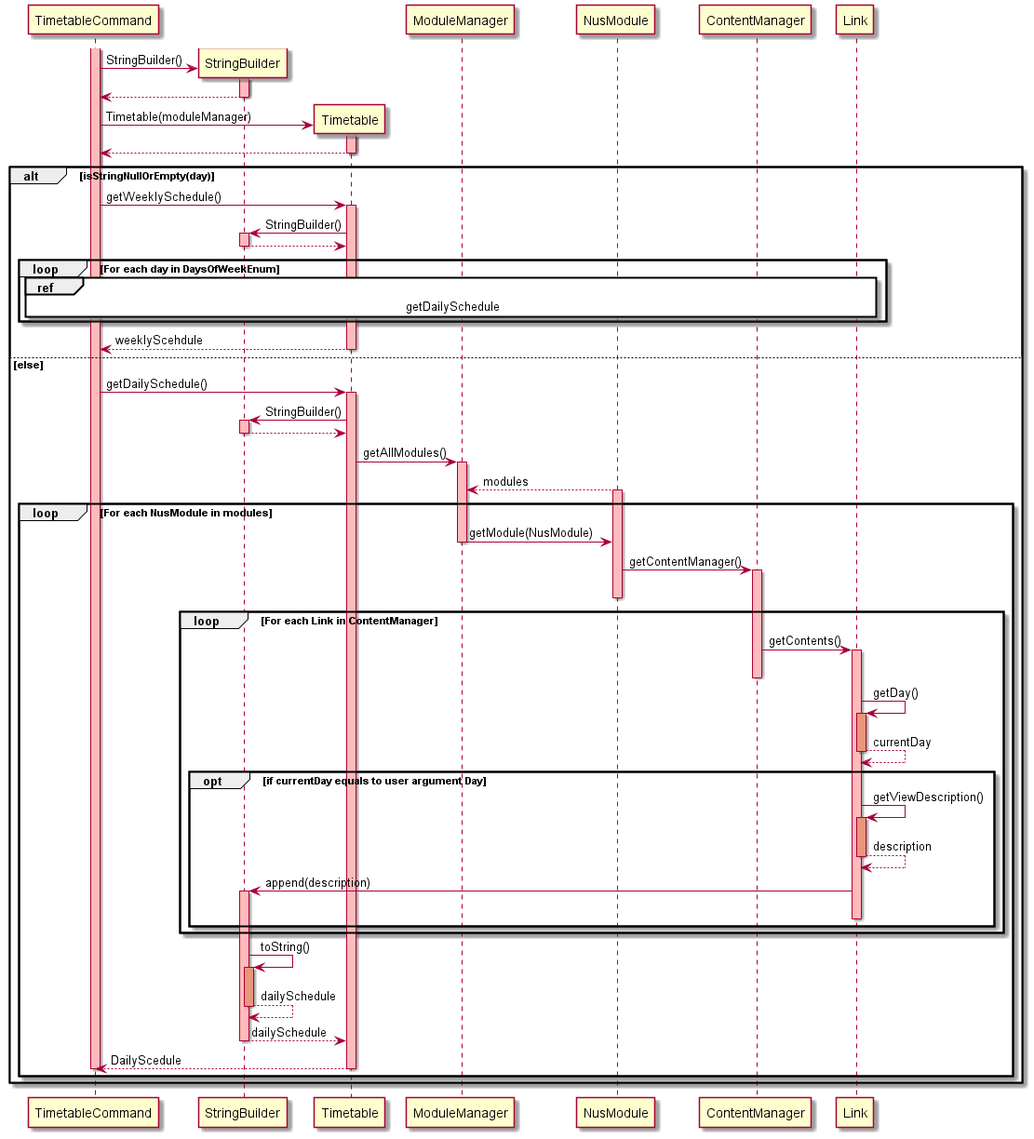
This is docs/attachments/TimetableSequenceDiagram.png from nus-cs2113-AY2122S1/tp, a PlantUML export, as it was before one commit. The source it was exported from:
```plantuml
@startuml
Activate TimetableCommand #FFBBBB
create StringBuilder
TimetableCommand -> StringBuilder: StringBuilder()
Activate StringBuilder #FFBBBB
StringBuilder --> TimetableCommand
Deactivate StringBuilder

create Timetable
TimetableCommand -> Timetable: Timetable(moduleManager)
Activate Timetable #FFBBBB
Timetable --> TimetableCommand
Deactivate Timetable


alt isStringNullOrEmpty(day)
TimetableCommand -> Timetable: getWeeklySchedule()
Activate Timetable #FFBBBB

Timetable -> StringBuilder: StringBuilder()
Activate StringBuilder #FFBBBB
StringBuilder --> Timetable
Deactivate StringBuilder

loop For each day in DaysOfWeekEnum
ref over TimetableCommand, StringBuilder, Timetable, ModuleManager, NusModule, ContentManager, Link: getDailySchedule
end
Timetable --> TimetableCommand: weeklyScehdule
Deactivate Timetable


else else
TimetableCommand -> Timetable: getDailySchedule()
Activate Timetable #FFBBBB

Timetable -> StringBuilder: StringBuilder()
Activate StringBuilder #FFBBBB
StringBuilder --> Timetable
Deactivate StringBuilder

Timetable -> ModuleManager: getAllModules()
Activate ModuleManager #FFBBBB
NusModule --> ModuleManager: modules
Activate NusModule #FFBBBB

loop For each NusModule in modules
    ModuleManager -> NusModule: getModule(NusModule)


    Deactivate ModuleManager

    NusModule -> ContentManager : getContentManager()

    Activate ContentManager #FFBBBB
    Deactivate NusModule

        loop For each Link in ContentManager

            ContentManager -> Link: getContents()
            Activate Link #FFBBBB
            Deactivate ContentManager

            Link->Link: getDay()
            Activate Link #DarkSalmon
            Link --> Link: currentDay

            opt if currentDay equals to user argument Day
            Deactivate Link

            Link -> Link: getViewDescription()
            Activate Link #DarkSalmon

            Link --> Link: description
            Deactivate Link
            Link -> StringBuilder: append(description)
            Activate StringBuilder #FFBBBB
            Deactivate Link
        end

end
StringBuilder -> StringBuilder: toString()
Activate StringBuilder #DarkSalmon
StringBuilder --> StringBuilder: dailySchedule
Deactivate StringBuilder
StringBuilder --> Timetable: dailySchedule
Deactivate StringBuilder
Timetable --> TimetableCommand: DailyScedule
Deactivate Timetable
Deactivate TimetableCommand
end





end

@enduml
```
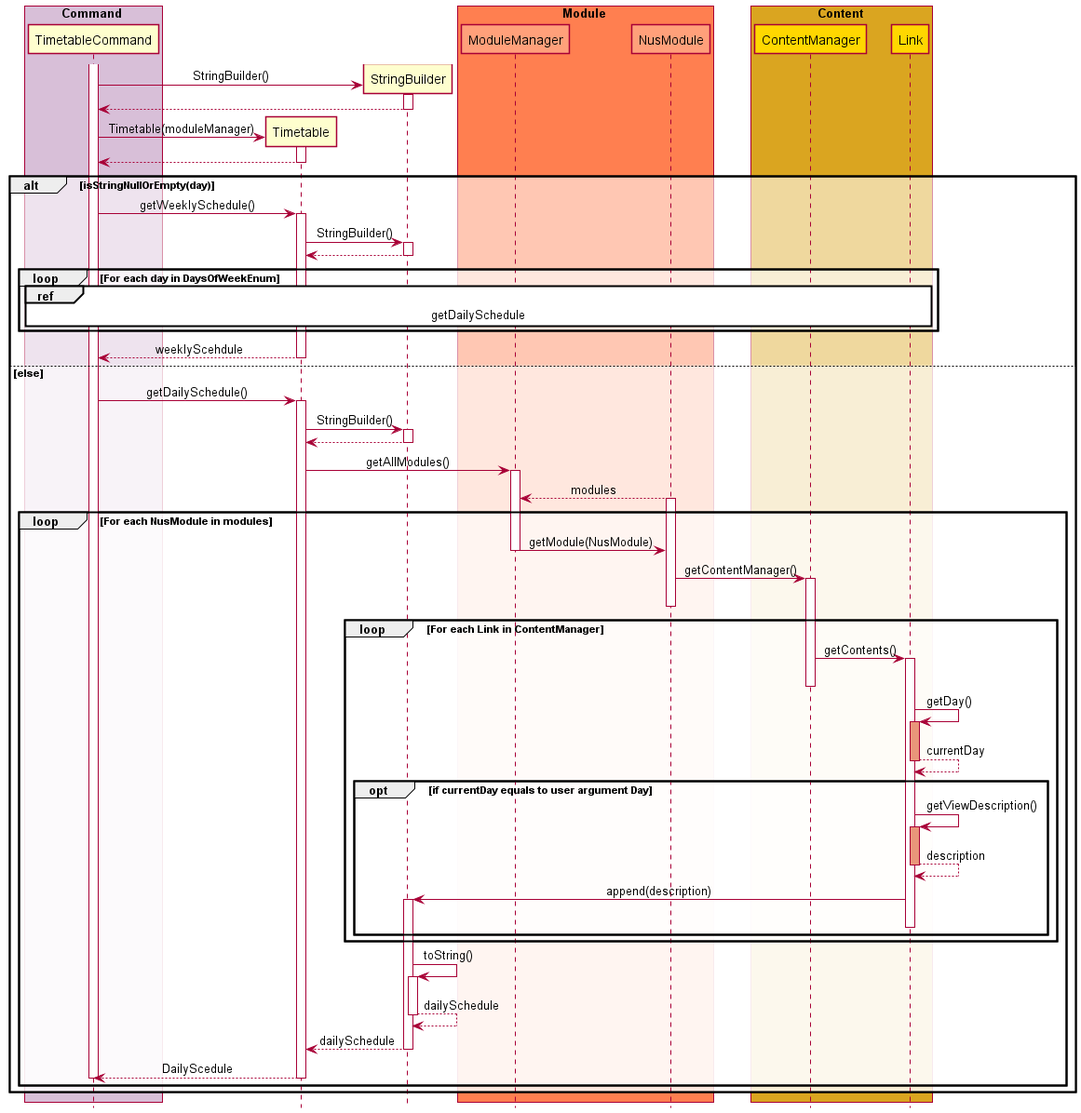
After the change.

Commit message:
Update timetable diagram with colors

Change to the diagram source:
```diff
@@ -1,24 +1,45 @@
 @startuml
-Activate TimetableCommand #FFBBBB
+
+!include SequenceStyle.puml
+
+box Command COMMAND_BOX_COLOR
+participant TimetableCommand as TimetableCommand
+endbox
+
+participant Timetable as Timetable
+
+participant StringBuilder as StringBuilder
+
+box Module MODULE_BOX_COLOR
+participant ModuleManager as ModuleManager MODULE_COLOR
+participant NusModule as NusModule MODULE_COLOR
+endbox
+
+box Content CONTENT_BOX_COLOR
+participant ContentManager as ContentManager CONTENT_COLOR
+participant Link as Link CONTENT_COLOR
+endbox
+
+activate TimetableCommand
 create StringBuilder
 TimetableCommand -> StringBuilder: StringBuilder()
-Activate StringBuilder #FFBBBB
+Activate StringBuilder
 StringBuilder --> TimetableCommand
 Deactivate StringBuilder
 
 create Timetable
 TimetableCommand -> Timetable: Timetable(moduleManager)
-Activate Timetable #FFBBBB
+Activate Timetable
 Timetable --> TimetableCommand
 Deactivate Timetable
 
 
 alt isStringNullOrEmpty(day)
 TimetableCommand -> Timetable: getWeeklySchedule()
-Activate Timetable #FFBBBB
+Activate Timetable
 
 Timetable -> StringBuilder: StringBuilder()
-Activate StringBuilder #FFBBBB
+Activate StringBuilder
 StringBuilder --> Timetable
 Deactivate StringBuilder
 
@@ -31,17 +52,17 @@
 
 else else
 TimetableCommand -> Timetable: getDailySchedule()
-Activate Timetable #FFBBBB
+Activate Timetable
 
 Timetable -> StringBuilder: StringBuilder()
-Activate StringBuilder #FFBBBB
+Activate StringBuilder
 StringBuilder --> Timetable
 Deactivate StringBuilder
 
 Timetable -> ModuleManager: getAllModules()
-Activate ModuleManager #FFBBBB
+Activate ModuleManager
 NusModule --> ModuleManager: modules
-Activate NusModule #FFBBBB
+Activate NusModule
 
 loop For each NusModule in modules
     ModuleManager -> NusModule: getModule(NusModule)
@@ -51,13 +72,13 @@
 
     NusModule -> ContentManager : getContentManager()
 
-    Activate ContentManager #FFBBBB
+    Activate ContentManager
     Deactivate NusModule
 
         loop For each Link in ContentManager
 
             ContentManager -> Link: getContents()
-            Activate Link #FFBBBB
+            Activate Link
             Deactivate ContentManager
 
             Link->Link: getDay()
@@ -73,13 +94,13 @@
             Link --> Link: description
             Deactivate Link
             Link -> StringBuilder: append(description)
-            Activate StringBuilder #FFBBBB
+            Activate StringBuilder
             Deactivate Link
         end
 
 end
 StringBuilder -> StringBuilder: toString()
-Activate StringBuilder #DarkSalmon
+Activate StringBuilder
 StringBuilder --> StringBuilder: dailySchedule
 Deactivate StringBuilder
 StringBuilder --> Timetable: dailySchedule
```
